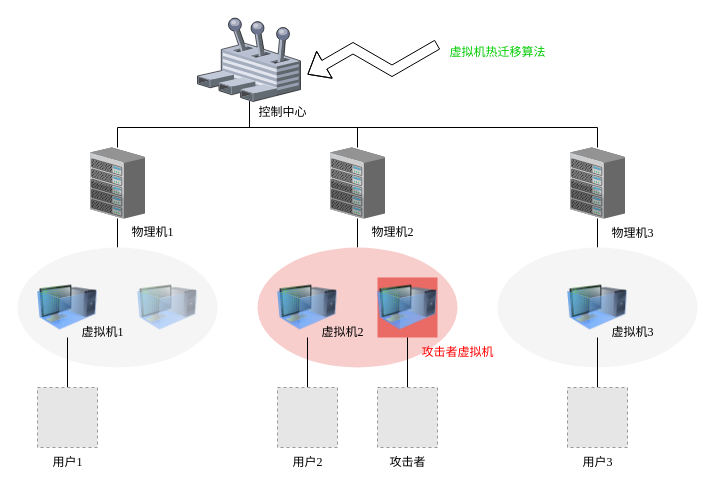
Before: 研究点1虚拟迁移.drawio in weyg0/Diagrams, a draw.io diagram. Source tidied: cells renumbered, new cells numbered last; positions are measured from the earlier drawing's top-left corner, leaving out a move shared by most shapes. Both pictures are drawn from the tidied source at 100%, with x=0, y=0 at pixel (17, 17). Pictures stored in the file or linked from it are replaced by grey dashed boxes.
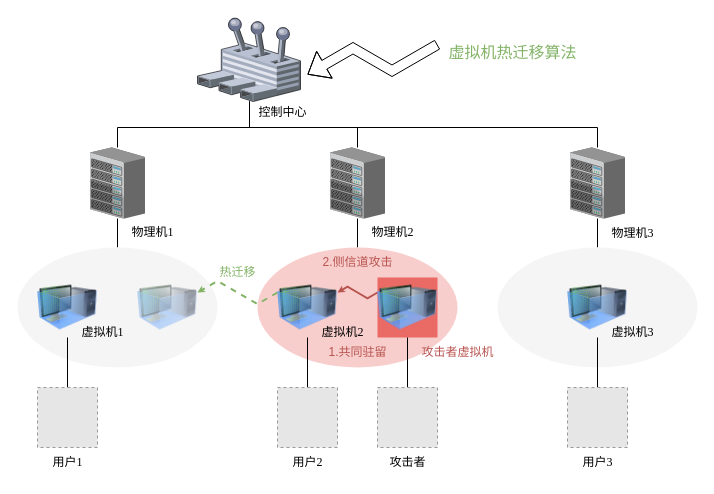
Above is the later version.

Commit message (it also covers changes not shown here):
更新研究点1虚拟迁移.drawio

Unchanged cells that the change refers to:
```xml
<mxCell id="12" style="image;html=1;image=img/lib/clip_art/computers/Virtual_Machine_128x128.png;opacity=50;fontFamily=Times New Roman;" parent="1" vertex="1">
  <mxGeometry x="120" y="260" width="60" height="60" as="geometry" />
</mxCell>
<mxCell id="15" style="image;html=1;image=img/lib/clip_art/computers/Virtual_Machine_128x128.png;fontFamily=Times New Roman;" parent="1" vertex="1">
  <mxGeometry x="260" y="260" width="60" height="60" as="geometry" />
</mxCell>
<mxCell id="16" style="image;html=1;image=img/lib/clip_art/computers/Virtual_Machine_128x128.png;imageBackground=#EA6B66;imageBorder=none;fontFamily=Times New Roman;" parent="1" vertex="1">
  <mxGeometry x="360" y="260" width="60" height="60" as="geometry" />
</mxCell>
```

Diff of the diagram source:
```diff
@@
+    <mxCell id="42" style="edgeStyle=isometricEdgeStyle;rounded=0;jettySize=auto;html=1;exitX=0;exitY=0.25;exitDx=0;exitDy=0;entryX=1;entryY=0.25;entryDx=0;entryDy=0;fillColor=#d5e8d4;strokeColor=#82b366;dashed=1;strokeWidth=2;endSize=1;" parent="1" edge="1" source="15" target="12">
+      <mxGeometry relative="1" as="geometry" />
+    </mxCell>
@@
+    <mxCell id="43" style="edgeStyle=isometricEdgeStyle;rounded=0;jettySize=auto;html=1;exitX=0;exitY=0.25;exitDx=0;exitDy=0;entryX=1;entryY=0.25;entryDx=0;entryDy=0;strokeWidth=2;fillColor=#f8cecc;strokeColor=#b85450;endSize=1;" parent="1" edge="1" source="16" target="15">
+      <mxGeometry relative="1" as="geometry" />
+    </mxCell>
@@
-    <mxCell id="33" value="攻击者虚拟机" style="text;html=1;align=center;verticalAlign=middle;strokeColor=none;fillColor=none;fontFamily=Times New Roman;fontColor=#FF0000;" parent="1" vertex="1">
+    <mxCell id="33" value="攻击者虚拟机" style="text;html=1;align=center;verticalAlign=middle;strokeColor=none;fillColor=none;fontFamily=Times New Roman;fontColor=#B85450;" parent="1" vertex="1">
       <mxGeometry x="390" y="320" width="100" height="30" as="geometry" />
     </mxCell>
@@
-    <mxCell id="40" value="虚拟机热迁移算法" style="text;html=1;align=center;verticalAlign=middle;strokeColor=none;fillColor=none;fontColor=#00CC00;fontFamily=Times New Roman;" parent="1" vertex="1">
-      <mxGeometry x="420" y="20" width="120" height="30" as="geometry" />
+    <mxCell id="40" value="虚拟机热迁移算法" style="text;html=1;align=center;verticalAlign=middle;strokeColor=none;fillColor=none;fontColor=#82B366;fontFamily=Times New Roman;fontStyle=0;fontSize=16;" parent="1" vertex="1">
+      <mxGeometry x="420" y="20" width="150" height="30" as="geometry" />
     </mxCell>
@@
+    <mxCell id="44" value="热迁移" style="text;html=1;align=center;verticalAlign=middle;strokeColor=none;fillColor=none;fontColor=#82B366;" parent="1" vertex="1">
+      <mxGeometry x="190" y="240" width="60" height="30" as="geometry" />
+    </mxCell>
+    <mxCell id="45" value="1.共同驻留" style="text;html=1;align=center;verticalAlign=middle;strokeColor=none;fillColor=none;fontColor=#B85450;" parent="1" vertex="1">
+      <mxGeometry x="300" y="320" width="80" height="30" as="geometry" />
+    </mxCell>
+    <mxCell id="46" value="2.侧信道攻击" style="text;html=1;align=center;verticalAlign=middle;strokeColor=none;fillColor=none;fontColor=#B85450;" parent="1" vertex="1">
+      <mxGeometry x="295" y="230" width="90" height="30" as="geometry" />
+    </mxCell>
```
